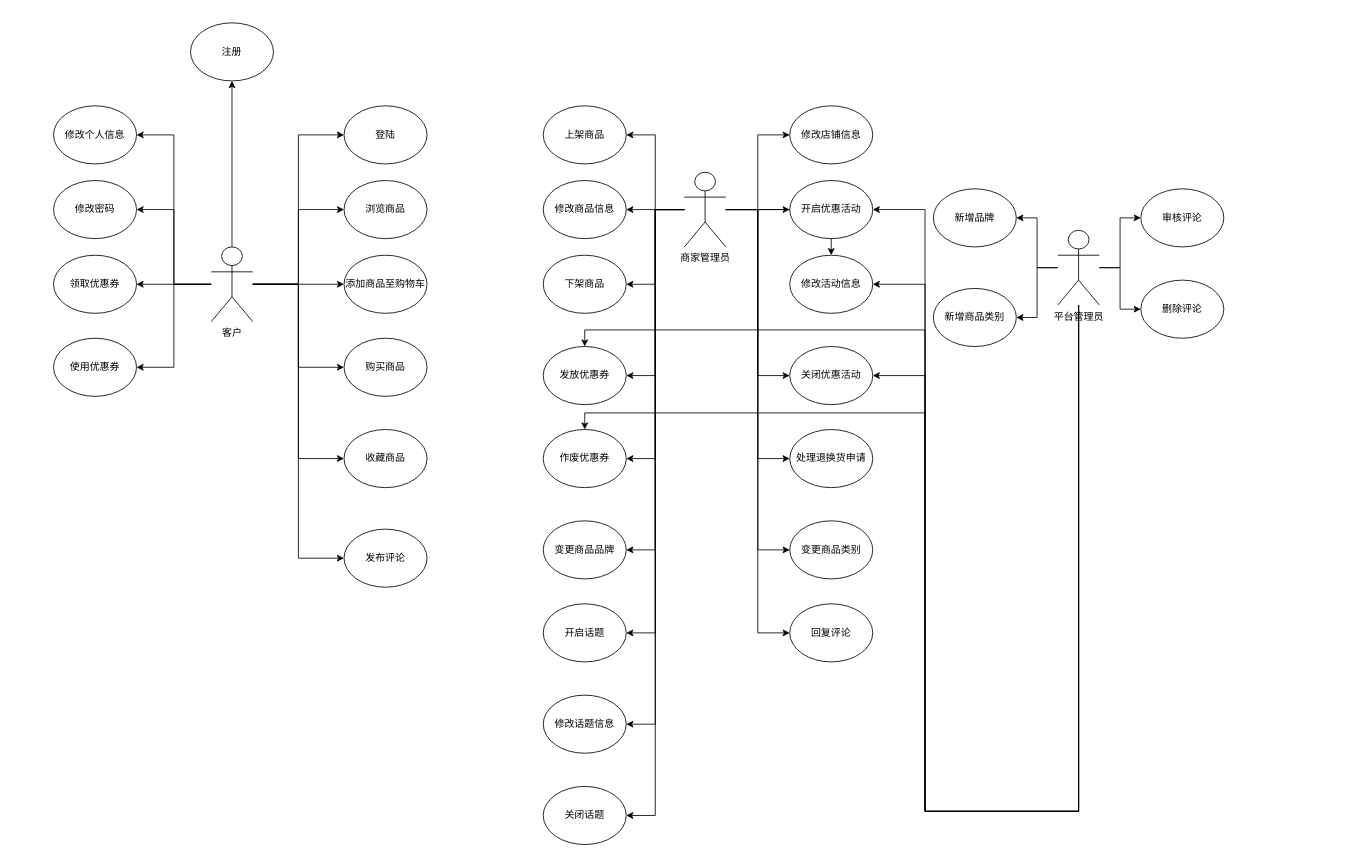
This is using.drawio from jrsmith12138/diagrams, a draw.io file, before an edit. Source tidied: cells renumbered, new cells numbered last; positions are measured from the earlier drawing's top-left corner, leaving out a move shared by most shapes. Both pictures are drawn from the tidied source at 83%, with x=0, y=0 at pixel (53, 22).
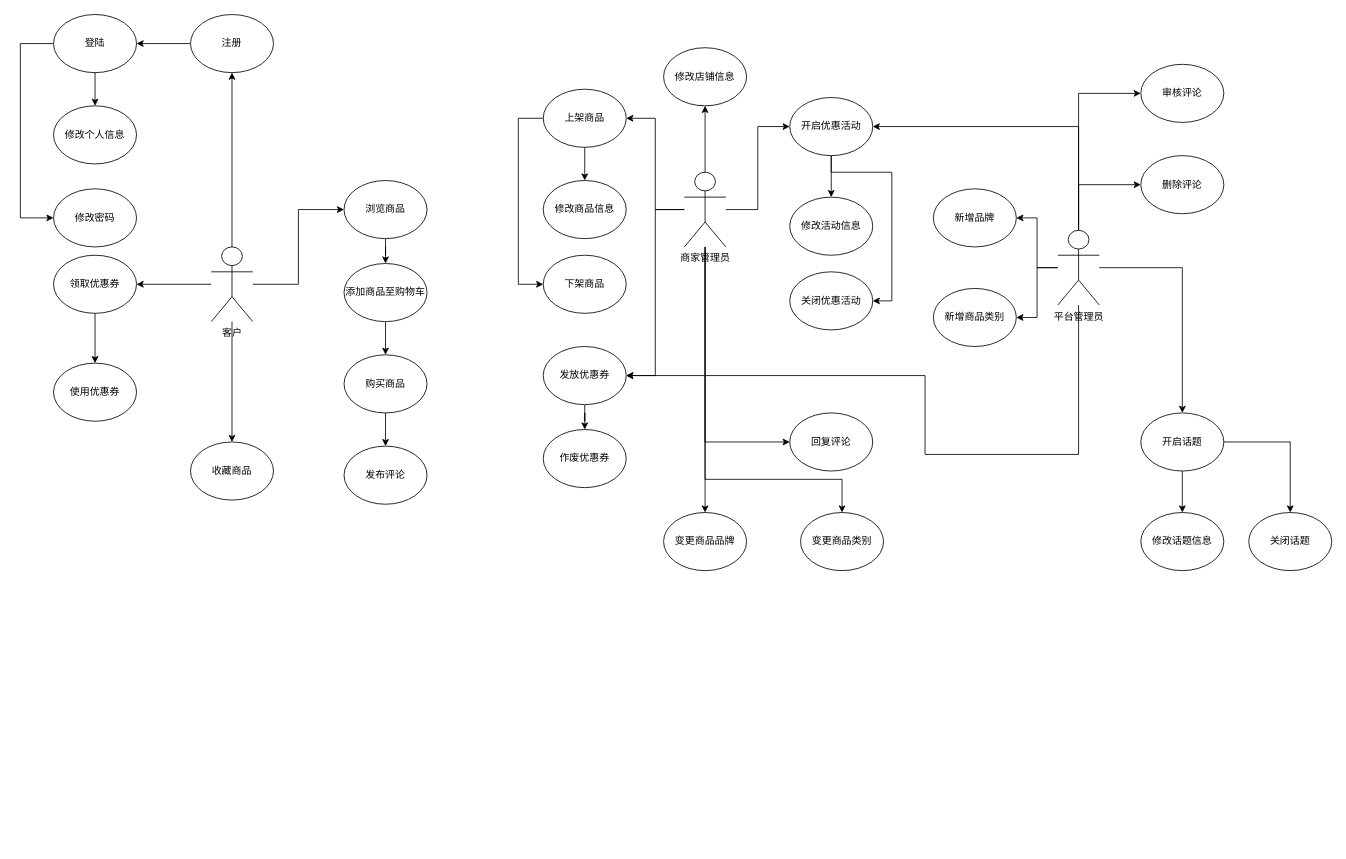
Above is the later version.

The change refers to these unchanged cells:
```xml
<mxCell id="18" value="商家管理员" style="shape=umlActor;verticalLabelPosition=bottom;verticalAlign=top;html=1;outlineConnect=0;" parent="1" vertex="1">
  <mxGeometry x="760" y="180" width="50" height="90" as="geometry" />
</mxCell>
<mxCell id="30" value="客户" style="shape=umlActor;verticalLabelPosition=bottom;verticalAlign=top;html=1;outlineConnect=0;" parent="1" vertex="1">
  <mxGeometry x="190" y="270" width="50" height="90" as="geometry" />
</mxCell>
<mxCell id="40" value="平台管理员" style="shape=umlActor;verticalLabelPosition=bottom;verticalAlign=top;html=1;outlineConnect=0;" parent="1" vertex="1">
  <mxGeometry x="1210" y="250" width="50" height="90" as="geometry" />
</mxCell>
<mxCell id="43" value="浏览商品" style="ellipse;whiteSpace=wrap;html=1;" parent="1" vertex="1">
  <mxGeometry x="350" y="190" width="100" height="70" as="geometry" />
</mxCell>
<mxCell id="46" value="修改个人信息" style="ellipse;whiteSpace=wrap;html=1;" parent="1" vertex="1">
  <mxGeometry y="100" width="100" height="70" as="geometry" />
</mxCell>
<mxCell id="48" value="领取优惠券" style="ellipse;whiteSpace=wrap;html=1;" parent="1" vertex="1">
  <mxGeometry y="280" width="100" height="70" as="geometry" />
</mxCell>
<mxCell id="53" value="修改商品信息" style="ellipse;whiteSpace=wrap;html=1;" parent="1" vertex="1">
  <mxGeometry x="590" y="190" width="100" height="70" as="geometry" />
</mxCell>
<mxCell id="54" value="下架商品" style="ellipse;whiteSpace=wrap;html=1;" parent="1" vertex="1">
  <mxGeometry x="590" y="280" width="100" height="70" as="geometry" />
</mxCell>
<mxCell id="55" value="发放优惠券" style="ellipse;whiteSpace=wrap;html=1;" parent="1" vertex="1">
  <mxGeometry x="590" y="390" width="100" height="70" as="geometry" />
</mxCell>
<mxCell id="56" value="作废优惠券" style="ellipse;whiteSpace=wrap;html=1;" parent="1" vertex="1">
  <mxGeometry x="590" y="490" width="100" height="70" as="geometry" />
</mxCell>
```

The edit, as a diff of the source:
```diff
@@
+    <mxCell id="8" style="edgeStyle=orthogonalEdgeStyle;rounded=0;jettySize=auto;html=1;entryX=1;entryY=0.5;entryDx=0;entryDy=0;" parent="1" edge="1" source="18" target="52">
+      <mxGeometry relative="1" as="geometry" />
+    </mxCell>
+    <mxCell id="11" style="edgeStyle=orthogonalEdgeStyle;rounded=0;jettySize=auto;html=1;entryX=1;entryY=0.5;entryDx=0;entryDy=0;" parent="1" edge="1" source="18" target="55">
+      <mxGeometry relative="1" as="geometry" />
+    </mxCell>
+    <mxCell id="17" style="edgeStyle=orthogonalEdgeStyle;rounded=0;jettySize=auto;html=1;entryX=0;entryY=0.5;entryDx=0;entryDy=0;" parent="1" edge="1" source="18" target="57">
+      <mxGeometry relative="1" as="geometry" />
+    </mxCell>
-    <mxCell id="2" style="edgeStyle=orthogonalEdgeStyle;rounded=0;jettySize=auto;html=1;entryX=0;entryY=0.5;entryDx=0;entryDy=0;" parent="1" edge="1" source="18" target="59">
+    <mxCell id="2" style="edgeStyle=orthogonalEdgeStyle;rounded=0;jettySize=auto;html=1;" parent="1" edge="1" source="18" target="59">
       <mxGeometry relative="1" as="geometry" />
     </mxCell>
-    <mxCell id="3" style="edgeStyle=orthogonalEdgeStyle;rounded=0;jettySize=auto;html=1;" parent="1" edge="1" source="18" target="60">
-      <mxGeometry relative="1" as="geometry" />
-    </mxCell>
-    <mxCell id="4" style="edgeStyle=orthogonalEdgeStyle;rounded=0;jettySize=auto;html=1;entryX=0;entryY=0.5;entryDx=0;entryDy=0;" parent="1" edge="1" source="18" target="58">
-      <mxGeometry relative="1" as="geometry" />
-    </mxCell>
-    <mxCell id="5" style="edgeStyle=orthogonalEdgeStyle;rounded=0;jettySize=auto;html=1;entryX=0;entryY=0.5;entryDx=0;entryDy=0;" parent="1" edge="1" source="18" target="61">
-      <mxGeometry relative="1" as="geometry" />
-    </mxCell>
+    <mxCell id="13" style="edgeStyle=orthogonalEdgeStyle;rounded=0;jettySize=auto;html=1;" parent="1" edge="1" source="18" target="66">
+      <mxGeometry relative="1" as="geometry" />
+    </mxCell>
+    <mxCell id="7" style="edgeStyle=orthogonalEdgeStyle;rounded=0;jettySize=auto;html=1;" parent="1" edge="1" source="18" target="70">
+      <mxGeometry relative="1" as="geometry">
+        <Array as="points">
+          <mxPoint x="785" y="505" />
+        </Array>
+      </mxGeometry>
+    </mxCell>
-    <mxCell id="6" style="edgeStyle=orthogonalEdgeStyle;rounded=0;jettySize=auto;html=1;entryX=0;entryY=0.5;entryDx=0;entryDy=0;" parent="1" edge="1" source="18" target="64">
-      <mxGeometry relative="1" as="geometry" />
+    <mxCell id="6" style="edgeStyle=orthogonalEdgeStyle;rounded=0;jettySize=auto;html=1;" parent="1" edge="1" source="18" target="64">
+      <mxGeometry relative="1" as="geometry">
+        <Array as="points">
+          <mxPoint x="785" y="550" />
+          <mxPoint x="950" y="550" />
+        </Array>
+      </mxGeometry>
     </mxCell>
-    <mxCell id="7" style="edgeStyle=orthogonalEdgeStyle;rounded=0;jettySize=auto;html=1;entryX=0;entryY=0.5;entryDx=0;entryDy=0;" parent="1" edge="1" source="18" target="70">
-      <mxGeometry relative="1" as="geometry" />
-    </mxCell>
-    <mxCell id="8" style="edgeStyle=orthogonalEdgeStyle;rounded=0;jettySize=auto;html=1;entryX=1;entryY=0.5;entryDx=0;entryDy=0;" parent="1" edge="1" source="18" target="52">
-      <mxGeometry relative="1" as="geometry" />
-    </mxCell>
-    <mxCell id="9" style="edgeStyle=orthogonalEdgeStyle;rounded=0;jettySize=auto;html=1;entryX=1;entryY=0.5;entryDx=0;entryDy=0;" parent="1" edge="1" source="18" target="53">
-      <mxGeometry relative="1" as="geometry" />
-    </mxCell>
-    <mxCell id="10" style="edgeStyle=orthogonalEdgeStyle;rounded=0;jettySize=auto;html=1;entryX=1;entryY=0.5;entryDx=0;entryDy=0;" parent="1" edge="1" source="18" target="54">
-      <mxGeometry relative="1" as="geometry" />
-    </mxCell>
-    <mxCell id="11" style="edgeStyle=orthogonalEdgeStyle;rounded=0;jettySize=auto;html=1;entryX=1;entryY=0.5;entryDx=0;entryDy=0;" parent="1" edge="1" source="18" target="55">
-      <mxGeometry relative="1" as="geometry" />
-    </mxCell>
-    <mxCell id="12" style="edgeStyle=orthogonalEdgeStyle;rounded=0;jettySize=auto;html=1;entryX=1;entryY=0.5;entryDx=0;entryDy=0;" parent="1" edge="1" source="18" target="56">
-      <mxGeometry relative="1" as="geometry" />
-    </mxCell>
-    <mxCell id="13" style="edgeStyle=orthogonalEdgeStyle;rounded=0;jettySize=auto;html=1;entryX=1;entryY=0.5;entryDx=0;entryDy=0;" parent="1" edge="1" source="18" target="66">
-      <mxGeometry relative="1" as="geometry" />
-    </mxCell>
-    <mxCell id="14" style="edgeStyle=orthogonalEdgeStyle;rounded=0;jettySize=auto;html=1;entryX=1;entryY=0.5;entryDx=0;entryDy=0;" parent="1" edge="1" source="18" target="67">
-      <mxGeometry relative="1" as="geometry" />
-    </mxCell>
-    <mxCell id="15" style="edgeStyle=orthogonalEdgeStyle;rounded=0;jettySize=auto;html=1;entryX=1;entryY=0.5;entryDx=0;entryDy=0;" parent="1" edge="1" source="18" target="68">
-      <mxGeometry relative="1" as="geometry" />
-    </mxCell>
-    <mxCell id="16" style="edgeStyle=orthogonalEdgeStyle;rounded=0;jettySize=auto;html=1;entryX=1;entryY=0.5;entryDx=0;entryDy=0;" parent="1" edge="1" source="18" target="69">
-      <mxGeometry relative="1" as="geometry" />
-    </mxCell>
-    <mxCell id="17" style="edgeStyle=orthogonalEdgeStyle;rounded=0;jettySize=auto;html=1;entryX=0;entryY=0.5;entryDx=0;entryDy=0;" parent="1" edge="1" source="18" target="57">
-      <mxGeometry relative="1" as="geometry" />
-    </mxCell>
@@
-    <mxCell id="20" style="edgeStyle=orthogonalEdgeStyle;rounded=0;jettySize=auto;html=1;entryX=0;entryY=0.5;entryDx=0;entryDy=0;" parent="1" edge="1" source="30" target="42">
-      <mxGeometry relative="1" as="geometry" />
-    </mxCell>
-    <mxCell id="21" style="edgeStyle=orthogonalEdgeStyle;rounded=0;jettySize=auto;html=1;" parent="1" edge="1" source="30" target="44">
-      <mxGeometry relative="1" as="geometry" />
-    </mxCell>
-    <mxCell id="22" style="edgeStyle=orthogonalEdgeStyle;rounded=0;jettySize=auto;html=1;entryX=0;entryY=0.5;entryDx=0;entryDy=0;" parent="1" edge="1" source="30" target="45">
-      <mxGeometry relative="1" as="geometry" />
-    </mxCell>
+    <mxCell id="27" style="edgeStyle=orthogonalEdgeStyle;rounded=0;jettySize=auto;html=1;entryX=1;entryY=0.5;entryDx=0;entryDy=0;" parent="1" edge="1" source="30" target="48">
+      <mxGeometry relative="1" as="geometry" />
+    </mxCell>
+    <mxCell id="29" style="edgeStyle=orthogonalEdgeStyle;rounded=0;jettySize=auto;html=1;entryX=0;entryY=0.5;entryDx=0;entryDy=0;" parent="1" edge="1" source="30" target="43">
+      <mxGeometry relative="1" as="geometry" />
+    </mxCell>
-    <mxCell id="23" style="edgeStyle=orthogonalEdgeStyle;rounded=0;jettySize=auto;html=1;entryX=0;entryY=0.5;entryDx=0;entryDy=0;" parent="1" edge="1" source="30" target="50">
+    <mxCell id="23" style="edgeStyle=orthogonalEdgeStyle;rounded=0;jettySize=auto;html=1;" parent="1" edge="1" source="30" target="50">
       <mxGeometry relative="1" as="geometry" />
     </mxCell>
-    <mxCell id="24" style="edgeStyle=orthogonalEdgeStyle;rounded=0;jettySize=auto;html=1;entryX=0;entryY=0.5;entryDx=0;entryDy=0;" parent="1" edge="1" source="30" target="47">
-      <mxGeometry relative="1" as="geometry" />
-    </mxCell>
-    <mxCell id="25" style="edgeStyle=orthogonalEdgeStyle;rounded=0;jettySize=auto;html=1;entryX=1;entryY=0.5;entryDx=0;entryDy=0;" parent="1" edge="1" source="30" target="46">
-      <mxGeometry relative="1" as="geometry" />
-    </mxCell>
-    <mxCell id="26" style="edgeStyle=orthogonalEdgeStyle;rounded=0;jettySize=auto;html=1;entryX=1;entryY=0.5;entryDx=0;entryDy=0;" parent="1" edge="1" source="30" target="49">
-      <mxGeometry relative="1" as="geometry" />
-    </mxCell>
-    <mxCell id="27" style="edgeStyle=orthogonalEdgeStyle;rounded=0;jettySize=auto;html=1;entryX=1;entryY=0.5;entryDx=0;entryDy=0;" parent="1" edge="1" source="30" target="48">
-      <mxGeometry relative="1" as="geometry" />
-    </mxCell>
-    <mxCell id="28" style="edgeStyle=orthogonalEdgeStyle;rounded=0;jettySize=auto;html=1;entryX=1;entryY=0.5;entryDx=0;entryDy=0;" parent="1" edge="1" source="30" target="51">
-      <mxGeometry relative="1" as="geometry" />
-    </mxCell>
-    <mxCell id="29" style="edgeStyle=orthogonalEdgeStyle;rounded=0;jettySize=auto;html=1;entryX=0;entryY=0.5;entryDx=0;entryDy=0;" parent="1" edge="1" source="30" target="43">
-      <mxGeometry relative="1" as="geometry" />
-    </mxCell>
@@
     <mxCell id="31" style="edgeStyle=orthogonalEdgeStyle;rounded=0;jettySize=auto;html=1;" parent="1" edge="1" source="40" target="55">
       <mxGeometry relative="1" as="geometry">
         <Array as="points">
-          <mxPoint x="1235" y="950" />
-          <mxPoint x="1050" y="950" />
-          <mxPoint x="1050" y="370" />
-          <mxPoint x="640" y="370" />
+          <mxPoint x="1235" y="520" />
+          <mxPoint x="1050" y="520" />
+          <mxPoint x="1050" y="425" />
         </Array>
       </mxGeometry>
     </mxCell>
-    <mxCell id="32" style="edgeStyle=orthogonalEdgeStyle;rounded=0;jettySize=auto;html=1;" parent="1" edge="1" source="40" target="56">
-      <mxGeometry relative="1" as="geometry">
-        <Array as="points">
-          <mxPoint x="1235" y="950" />
-          <mxPoint x="1050" y="950" />
-          <mxPoint x="1050" y="470" />
-          <mxPoint x="640" y="470" />
-        </Array>
-      </mxGeometry>
-    </mxCell>
-    <mxCell id="33" style="edgeStyle=orthogonalEdgeStyle;rounded=0;jettySize=auto;html=1;" parent="1" edge="1" source="40" target="57">
-      <mxGeometry relative="1" as="geometry">
-        <Array as="points">
-          <mxPoint x="1235" y="950" />
-          <mxPoint x="1050" y="950" />
-          <mxPoint x="1050" y="225" />
-        </Array>
-      </mxGeometry>
-    </mxCell>
-    <mxCell id="34" style="edgeStyle=orthogonalEdgeStyle;rounded=0;jettySize=auto;html=1;" parent="1" edge="1" source="40" target="60">
-      <mxGeometry relative="1" as="geometry">
-        <Array as="points">
-          <mxPoint x="1235" y="950" />
-          <mxPoint x="1050" y="950" />
-          <mxPoint x="1050" y="315" />
-        </Array>
-      </mxGeometry>
-    </mxCell>
-    <mxCell id="35" style="edgeStyle=orthogonalEdgeStyle;rounded=0;jettySize=auto;html=1;" parent="1" edge="1" source="40" target="58">
-      <mxGeometry relative="1" as="geometry">
-        <Array as="points">
-          <mxPoint x="1235" y="950" />
-          <mxPoint x="1050" y="950" />
-          <mxPoint x="1050" y="425" />
-        </Array>
-      </mxGeometry>
-    </mxCell>
@@
+    <mxCell id="39" style="edgeStyle=orthogonalEdgeStyle;rounded=0;jettySize=auto;html=1;" parent="1" edge="1" source="40" target="71">
+      <mxGeometry relative="1" as="geometry">
+        <Array as="points">
+          <mxPoint x="1235" y="195" />
+        </Array>
+      </mxGeometry>
+    </mxCell>
+    <mxCell id="72" style="edgeStyle=orthogonalEdgeStyle;rounded=0;jettySize=auto;html=1;" parent="1" edge="1" source="40" target="67">
+      <mxGeometry relative="1" as="geometry" />
+    </mxCell>
+    <mxCell id="33" style="edgeStyle=orthogonalEdgeStyle;rounded=0;jettySize=auto;html=1;" parent="1" edge="1" source="40" target="57">
+      <mxGeometry relative="1" as="geometry">
+        <Array as="points">
+          <mxPoint x="1235" y="125" />
+        </Array>
+      </mxGeometry>
+    </mxCell>
     <mxCell id="38" style="edgeStyle=orthogonalEdgeStyle;rounded=0;jettySize=auto;html=1;" parent="1" edge="1" source="40" target="62">
-      <mxGeometry relative="1" as="geometry" />
+      <mxGeometry relative="1" as="geometry">
+        <Array as="points">
+          <mxPoint x="1235" y="85" />
+        </Array>
+      </mxGeometry>
     </mxCell>
-    <mxCell id="39" style="edgeStyle=orthogonalEdgeStyle;rounded=0;jettySize=auto;html=1;" parent="1" edge="1" source="40" target="71">
-      <mxGeometry relative="1" as="geometry" />
-    </mxCell>
@@
+    <mxCell id="73" style="edgeStyle=orthogonalEdgeStyle;rounded=0;jettySize=auto;html=1;" parent="1" edge="1" source="41" target="42">
+      <mxGeometry relative="1" as="geometry" />
+    </mxCell>
     <mxCell id="41" value="注册" style="ellipse;whiteSpace=wrap;html=1;" parent="1" vertex="1">
-      <mxGeometry x="165" width="100" height="70" as="geometry" />
+      <mxGeometry x="165" y="-10" width="100" height="70" as="geometry" />
     </mxCell>
+    <mxCell id="74" style="edgeStyle=orthogonalEdgeStyle;rounded=0;jettySize=auto;html=1;" parent="1" edge="1" source="42" target="46">
+      <mxGeometry relative="1" as="geometry" />
+    </mxCell>
+    <mxCell id="75" style="edgeStyle=orthogonalEdgeStyle;rounded=0;jettySize=auto;html=1;" parent="1" edge="1" source="42" target="49">
+      <mxGeometry relative="1" as="geometry">
+        <Array as="points">
+          <mxPoint x="-40" y="25" />
+          <mxPoint x="-40" y="235" />
+        </Array>
+      </mxGeometry>
+    </mxCell>
     <mxCell id="42" value="登陆" style="ellipse;whiteSpace=wrap;html=1;" parent="1" vertex="1">
-      <mxGeometry x="350" y="100" width="100" height="70" as="geometry" />
+      <mxGeometry y="-10" width="100" height="70" as="geometry" />
     </mxCell>
+    <mxCell id="76" style="edgeStyle=orthogonalEdgeStyle;rounded=0;jettySize=auto;html=1;" parent="1" edge="1" source="43" target="44">
+      <mxGeometry relative="1" as="geometry" />
+    </mxCell>
@@
+    <mxCell id="77" style="edgeStyle=orthogonalEdgeStyle;rounded=0;jettySize=auto;html=1;" parent="1" edge="1" source="44" target="45">
+      <mxGeometry relative="1" as="geometry" />
+    </mxCell>
     <mxCell id="44" value="添加商品至购物车" style="ellipse;whiteSpace=wrap;html=1;" parent="1" vertex="1">
-      <mxGeometry x="350" y="280" width="100" height="70" as="geometry" />
+      <mxGeometry x="350" y="290" width="100" height="70" as="geometry" />
     </mxCell>
+    <mxCell id="78" style="edgeStyle=orthogonalEdgeStyle;rounded=0;jettySize=auto;html=1;" parent="1" edge="1" source="45" target="47">
+      <mxGeometry relative="1" as="geometry" />
+    </mxCell>
     <mxCell id="45" value="购买商品" style="ellipse;whiteSpace=wrap;html=1;" parent="1" vertex="1">
-      <mxGeometry x="350" y="380" width="100" height="70" as="geometry" />
+      <mxGeometry x="350" y="400" width="100" height="70" as="geometry" />
     </mxCell>
@@
     <mxCell id="47" value="发布评论" style="ellipse;whiteSpace=wrap;html=1;" parent="1" vertex="1">
-      <mxGeometry x="350" y="610" width="100" height="70" as="geometry" />
+      <mxGeometry x="350" y="510" width="100" height="70" as="geometry" />
     </mxCell>
+    <mxCell id="79" style="edgeStyle=orthogonalEdgeStyle;rounded=0;jettySize=auto;html=1;" parent="1" edge="1" source="48" target="51">
+      <mxGeometry relative="1" as="geometry" />
+    </mxCell>
@@
     <mxCell id="49" value="修改密码" style="ellipse;whiteSpace=wrap;html=1;" parent="1" vertex="1">
-      <mxGeometry y="190" width="100" height="70" as="geometry" />
+      <mxGeometry y="200" width="100" height="70" as="geometry" />
     </mxCell>
     <mxCell id="50" value="收藏商品" style="ellipse;whiteSpace=wrap;html=1;" parent="1" vertex="1">
-      <mxGeometry x="350" y="490" width="100" height="70" as="geometry" />
+      <mxGeometry x="165" y="505" width="100" height="70" as="geometry" />
     </mxCell>
     <mxCell id="51" value="使用优惠券" style="ellipse;whiteSpace=wrap;html=1;" parent="1" vertex="1">
-      <mxGeometry y="380" width="100" height="70" as="geometry" />
+      <mxGeometry y="410" width="100" height="70" as="geometry" />
     </mxCell>
+    <mxCell id="80" style="edgeStyle=orthogonalEdgeStyle;rounded=0;jettySize=auto;html=1;" parent="1" edge="1" source="52" target="53">
+      <mxGeometry relative="1" as="geometry" />
+    </mxCell>
+    <mxCell id="81" style="edgeStyle=orthogonalEdgeStyle;rounded=0;jettySize=auto;html=1;" parent="1" edge="1" source="52" target="54">
+      <mxGeometry relative="1" as="geometry">
+        <Array as="points">
+          <mxPoint x="560" y="115" />
+          <mxPoint x="560" y="315" />
+        </Array>
+      </mxGeometry>
+    </mxCell>
     <mxCell id="52" value="上架商品" style="ellipse;whiteSpace=wrap;html=1;" parent="1" vertex="1">
-      <mxGeometry x="590" y="100" width="100" height="70" as="geometry" />
+      <mxGeometry x="590" y="80" width="100" height="70" as="geometry" />
     </mxCell>
@@
+    <mxCell id="82" style="edgeStyle=orthogonalEdgeStyle;rounded=0;jettySize=auto;html=1;" parent="1" edge="1" source="55" target="56">
+      <mxGeometry relative="1" as="geometry" />
+    </mxCell>
@@
+    <mxCell id="83" style="edgeStyle=orthogonalEdgeStyle;rounded=0;jettySize=auto;html=1;" parent="1" edge="1" source="57" target="60">
+      <mxGeometry relative="1" as="geometry" />
+    </mxCell>
+    <mxCell id="84" style="edgeStyle=orthogonalEdgeStyle;rounded=0;jettySize=auto;html=1;" parent="1" edge="1" source="57" target="58">
+      <mxGeometry relative="1" as="geometry">
+        <Array as="points">
+          <mxPoint x="937" y="180" />
+          <mxPoint x="1010" y="180" />
+          <mxPoint x="1010" y="335" />
+        </Array>
+      </mxGeometry>
+    </mxCell>
     <mxCell id="57" value="开启优惠活动" style="ellipse;whiteSpace=wrap;html=1;" parent="1" vertex="1">
-      <mxGeometry x="887" y="190" width="100" height="70" as="geometry" />
+      <mxGeometry x="887" y="90" width="100" height="70" as="geometry" />
     </mxCell>
     <mxCell id="58" value="关闭优惠活动" style="ellipse;whiteSpace=wrap;html=1;" parent="1" vertex="1">
-      <mxGeometry x="887" y="390" width="100" height="70" as="geometry" />
+      <mxGeometry x="887" y="300" width="100" height="70" as="geometry" />
     </mxCell>
     <mxCell id="59" value="修改店铺信息" style="ellipse;whiteSpace=wrap;html=1;" parent="1" vertex="1">
-      <mxGeometry x="887" y="100" width="100" height="70" as="geometry" />
+      <mxGeometry x="735" y="30" width="100" height="70" as="geometry" />
     </mxCell>
     <mxCell id="60" value="修改活动信息" style="ellipse;whiteSpace=wrap;html=1;" parent="1" vertex="1">
-      <mxGeometry x="887" y="280" width="100" height="70" as="geometry" />
+      <mxGeometry x="887" y="210" width="100" height="70" as="geometry" />
     </mxCell>
-    <mxCell id="61" value="处理退换货申请" style="ellipse;whiteSpace=wrap;html=1;" parent="1" vertex="1">
-      <mxGeometry x="887" y="490" width="100" height="70" as="geometry" />
-    </mxCell>
     <mxCell id="62" value="审核评论" style="ellipse;whiteSpace=wrap;html=1;" parent="1" vertex="1">
-      <mxGeometry x="1310" y="200" width="100" height="70" as="geometry" />
+      <mxGeometry x="1310" y="50" width="100" height="70" as="geometry" />
     </mxCell>
@@
     <mxCell id="64" value="变更商品类别" style="ellipse;whiteSpace=wrap;html=1;" parent="1" vertex="1">
-      <mxGeometry x="887" y="600" width="100" height="70" as="geometry" />
+      <mxGeometry x="900" y="590" width="100" height="70" as="geometry" />
     </mxCell>
@@
     <mxCell id="66" value="变更商品品牌" style="ellipse;whiteSpace=wrap;html=1;" parent="1" vertex="1">
-      <mxGeometry x="590" y="600" width="100" height="70" as="geometry" />
+      <mxGeometry x="735" y="590" width="100" height="70" as="geometry" />
     </mxCell>
+    <mxCell id="85" style="edgeStyle=orthogonalEdgeStyle;rounded=0;jettySize=auto;html=1;" parent="1" edge="1" source="67" target="68">
+      <mxGeometry relative="1" as="geometry" />
+    </mxCell>
+    <mxCell id="86" style="edgeStyle=orthogonalEdgeStyle;rounded=0;jettySize=auto;html=1;" parent="1" edge="1" source="67" target="69">
+      <mxGeometry relative="1" as="geometry" />
+    </mxCell>
     <mxCell id="67" value="开启话题" style="ellipse;whiteSpace=wrap;html=1;" parent="1" vertex="1">
-      <mxGeometry x="590" y="700" width="100" height="70" as="geometry" />
+      <mxGeometry x="1310" y="470" width="100" height="70" as="geometry" />
     </mxCell>
     <mxCell id="68" value="修改话题信息" style="ellipse;whiteSpace=wrap;html=1;" parent="1" vertex="1">
-      <mxGeometry x="590" y="810" width="100" height="70" as="geometry" />
+      <mxGeometry x="1310" y="590" width="100" height="70" as="geometry" />
     </mxCell>
     <mxCell id="69" value="关闭话题" style="ellipse;whiteSpace=wrap;html=1;" parent="1" vertex="1">
-      <mxGeometry x="590" y="920" width="100" height="70" as="geometry" />
+      <mxGeometry x="1440" y="590" width="100" height="70" as="geometry" />
     </mxCell>
     <mxCell id="70" value="回复评论" style="ellipse;whiteSpace=wrap;html=1;" parent="1" vertex="1">
-      <mxGeometry x="887" y="700" width="100" height="70" as="geometry" />
+      <mxGeometry x="887" y="470" width="100" height="70" as="geometry" />
     </mxCell>
     <mxCell id="71" value="删除评论" style="ellipse;whiteSpace=wrap;html=1;" parent="1" vertex="1">
-      <mxGeometry x="1310" y="310" width="100" height="70" as="geometry" />
+      <mxGeometry x="1310" y="160" width="100" height="70" as="geometry" />
     </mxCell>
```
